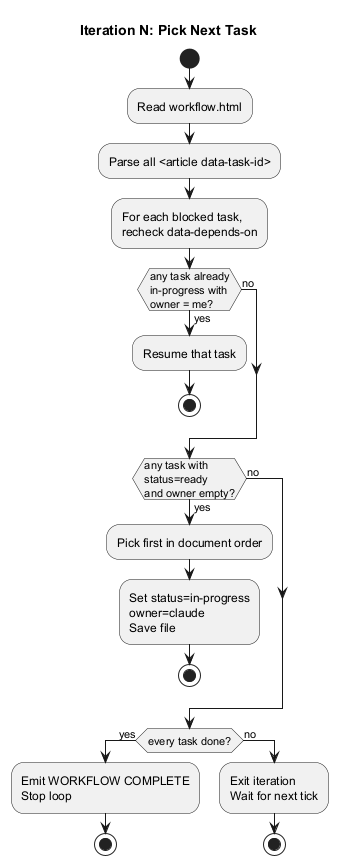
Before: docs/workflow-decision-trees/01-pick-next-task.png, a diagram exported from PlantUML (QuinntyneBrown/claude-create-app). Its diagram source:
```plantuml
@startuml 01-pick-next-task
title Iteration N: Pick Next Task

start
:Read workflow.html;
:Parse all <article data-task-id>;
:For each blocked task,
recheck data-depends-on;
if (any task already
in-progress with
owner = me?) then (yes)
  :Resume that task;
  stop
else (no)
endif
if (any task with
status=ready
and owner empty?) then (yes)
  :Pick first in document order;
  :Set status=in-progress
  owner=claude
  Save file;
  stop
else (no)
endif
if (every task done?) then (yes)
  :Emit WORKFLOW COMPLETE
  Stop loop;
  stop
else (no)
  :Exit iteration
  Wait for next tick;
  stop
endif
@enduml
```
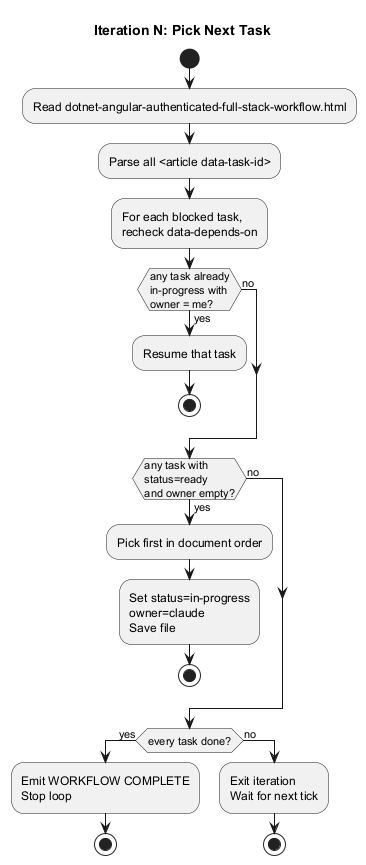
Later version of the same file.

Commit message:
docs(workflow): rename, inline guidance, and route all docs under ./docs/

Change to the diagram source:
```diff
@@ -2,7 +2,7 @@
 title Iteration N: Pick Next Task
 
 start
-:Read workflow.html;
+:Read dotnet-angular-authenticated-full-stack-workflow.html;
 :Parse all <article data-task-id>;
 :For each blocked task,
 recheck data-depends-on;
```
